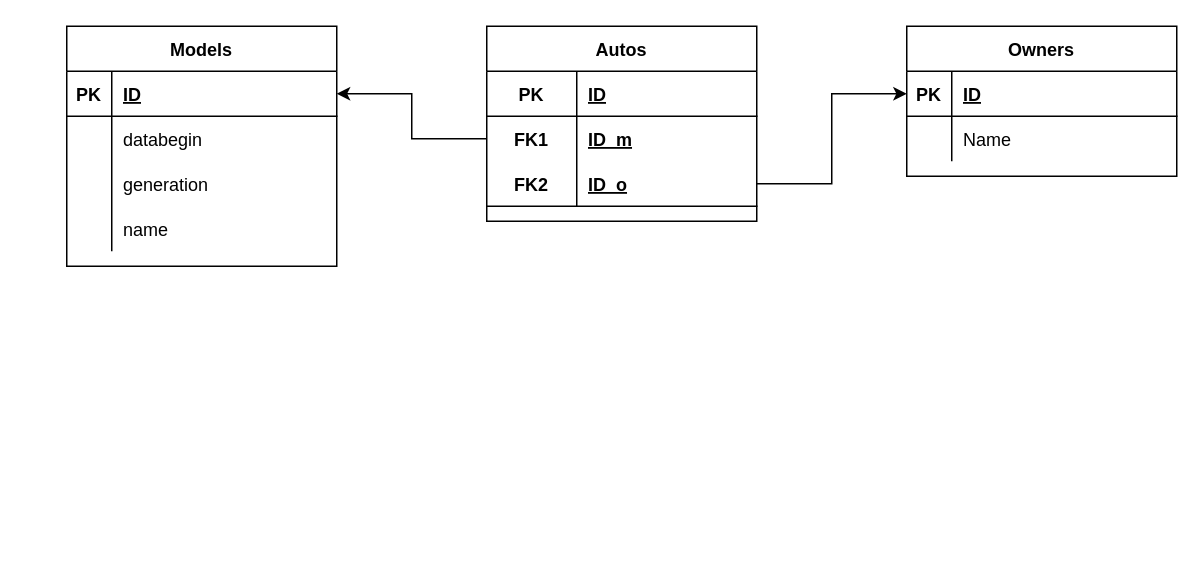
The draw.io diagram Data/Scripts/Schema373615.drawio in Alexei-kor/job4j_design, before the edit. Source tidied: cells renumbered, new cells numbered last; positions are measured from the earlier drawing's top-left corner, leaving out a move shared by most shapes. Both pictures are drawn from the tidied source at 150%, with x=0, y=0 at pixel (66, 26).
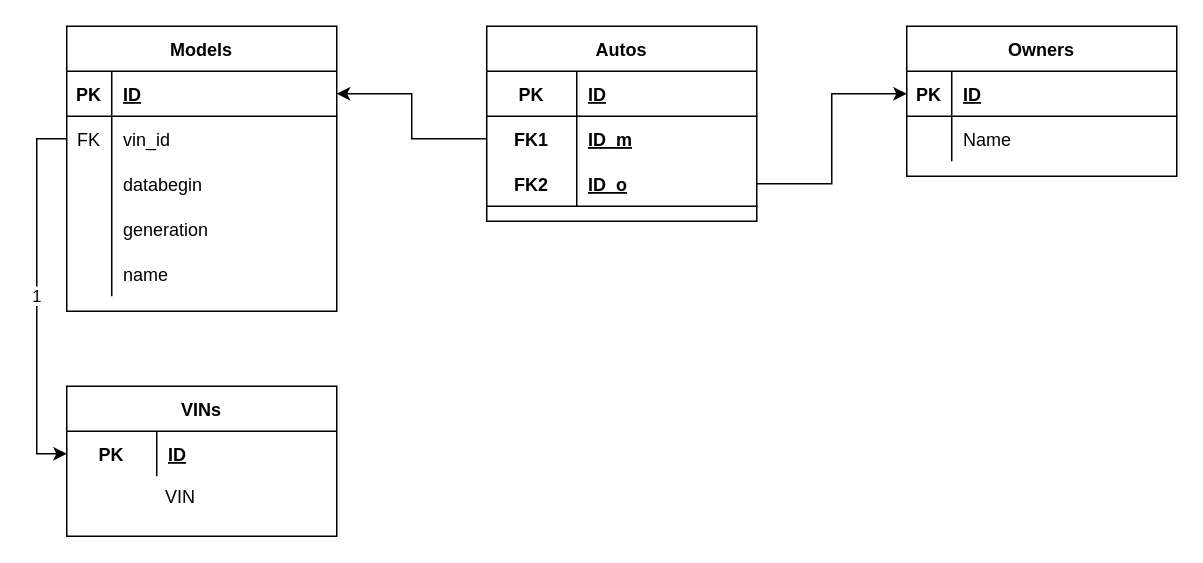
Above is the later version.

Commit message (it also covers changes not shown here):
0.1. Связи между таблицами [#373615 #287727] Отработка замечаний

Diff of the diagram source:
```diff
@@
     <mxCell id="2" value="Models" style="shape=table;startSize=30;childLayout=tableLayout;rowLines=0;fontStyle=1;align=center;" parent="1" vertex="1">
-      <mxGeometry width="180" height="160" as="geometry" />
+      <mxGeometry width="180" height="190" as="geometry" />
     </mxCell>
@@
+    <mxCell id="34" style="shape=partialRectangle;fillColor=none;top=0;left=0;bottom=0;right=0;points=[[0,0.5],[1,0.5]];portConstraint=eastwest;" parent="2" vertex="1">
+      <mxGeometry y="60" width="180" height="30" as="geometry" />
+    </mxCell>
+    <mxCell id="35" value="FK" style="shape=partialRectangle;fillColor=none;top=0;left=0;bottom=0;right=0;fontStyle=0;overflow=hidden;" parent="34" vertex="1">
+      <mxGeometry width="30" height="30" as="geometry" />
+    </mxCell>
+    <mxCell id="36" value="vin_id" style="shape=partialRectangle;fillColor=none;top=0;left=0;bottom=0;right=0;align=left;spacingLeft=6;fontStyle=0;overflow=hidden;" parent="34" vertex="1">
+      <mxGeometry x="30" width="150" height="30" as="geometry" />
+    </mxCell>
     <mxCell id="6" style="shape=tableRow;horizontal=0;startSize=0;swimlaneHead=0;swimlaneBody=0;fillColor=none;top=0;left=0;right=0;bottom=0;" parent="2" vertex="1">
-      <mxGeometry y="60" width="180" height="30" as="geometry" />
+      <mxGeometry y="90" width="180" height="30" as="geometry" />
     </mxCell>
@@
     <mxCell id="9" style="shape=tableRow;horizontal=0;startSize=0;swimlaneHead=0;swimlaneBody=0;fillColor=none;top=0;left=0;right=0;bottom=0;" parent="2" vertex="1">
-      <mxGeometry y="90" width="180" height="30" as="geometry" />
+      <mxGeometry y="120" width="180" height="30" as="geometry" />
     </mxCell>
@@
     <mxCell id="12" style="shape=tableRow;horizontal=0;startSize=0;swimlaneHead=0;swimlaneBody=0;fillColor=none;top=0;left=0;right=0;bottom=0;" parent="2" vertex="1">
-      <mxGeometry y="120" width="180" height="30" as="geometry" />
+      <mxGeometry y="150" width="180" height="30" as="geometry" />
     </mxCell>
@@
+    <mxCell id="37" value="VINs" style="shape=table;startSize=30;childLayout=tableLayout;rowLines=0;fontStyle=1;align=center;" parent="1" vertex="1">
+      <mxGeometry y="240" width="180" height="100" as="geometry" />
+    </mxCell>
+    <mxCell id="38" style="shape=partialRectangle;fillColor=none;top=0;left=0;bottom=0;right=0;points=[[0,0.5],[1,0.5]];portConstraint=eastwest;" parent="37" vertex="1">
+      <mxGeometry y="30" width="180" height="30" as="geometry" />
+    </mxCell>
+    <mxCell id="39" value="PK" style="shape=partialRectangle;fillColor=none;top=0;left=0;bottom=0;right=0;fontStyle=1;overflow=hidden;" parent="38" vertex="1">
+      <mxGeometry width="60" height="30" as="geometry" />
+    </mxCell>
+    <mxCell id="40" value="ID" style="shape=partialRectangle;fillColor=none;top=0;left=0;bottom=0;right=0;align=left;spacingLeft=6;fontStyle=5;overflow=hidden;" parent="38" vertex="1">
+      <mxGeometry x="60" width="120" height="30" as="geometry" />
+    </mxCell>
+    <mxCell id="41" value="VIN" style="text;strokeColor=none;fillColor=none;spacingLeft=4;spacingRight=4;overflow=hidden;fontSize=12;" parent="1" vertex="1">
+      <mxGeometry x="60" y="300" width="120" height="30" as="geometry" />
+    </mxCell>
+    <mxCell id="42" value="1" style="edgeStyle=orthogonalEdgeStyle;rounded=0;jettySize=auto;html=1;entryX=0;entryY=0.5;entryDx=0;entryDy=0;" parent="1" edge="1" source="34" target="38">
+      <mxGeometry relative="1" as="geometry" />
+    </mxCell>
```
